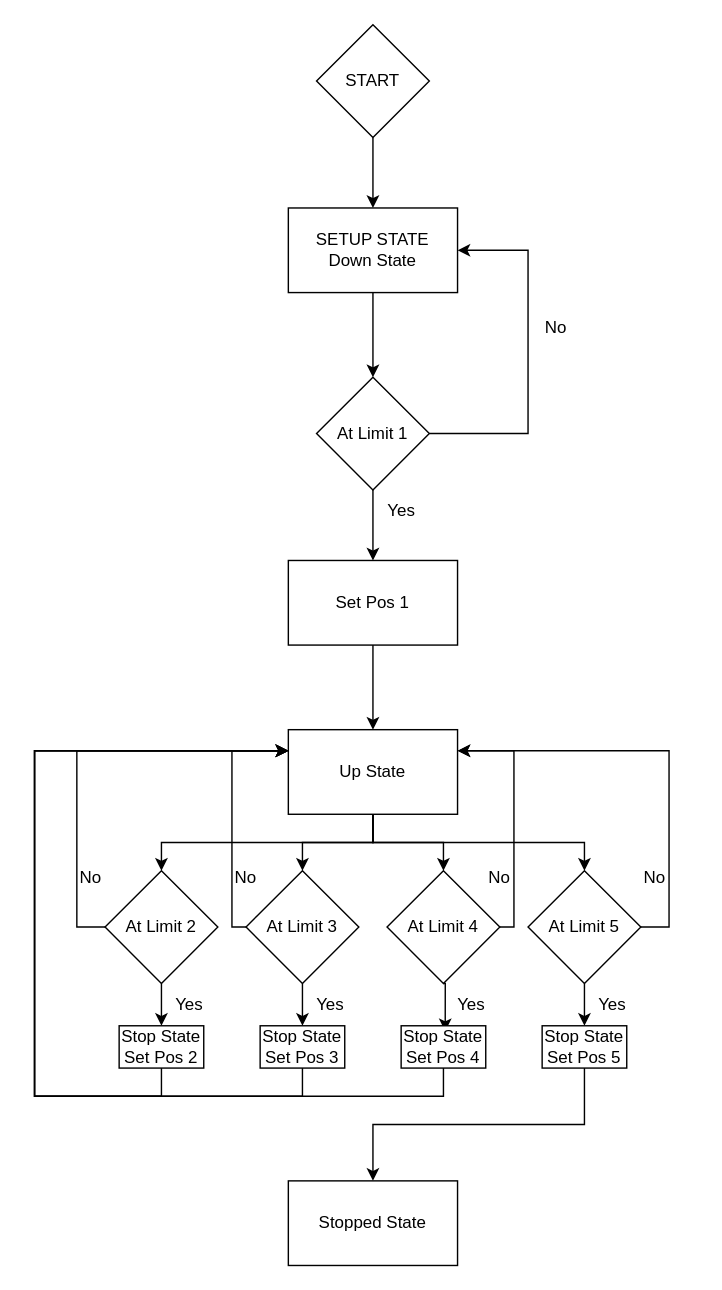
Earlier version of the draw.io diagram Setup State.drawio (lkw56/Elevator). Source tidied: cells renumbered, new cells numbered last; positions are measured from the earlier drawing's top-left corner, leaving out a move shared by most shapes. Both pictures are drawn from the tidied source at 141%, with x=0, y=0 at pixel (34, 24).
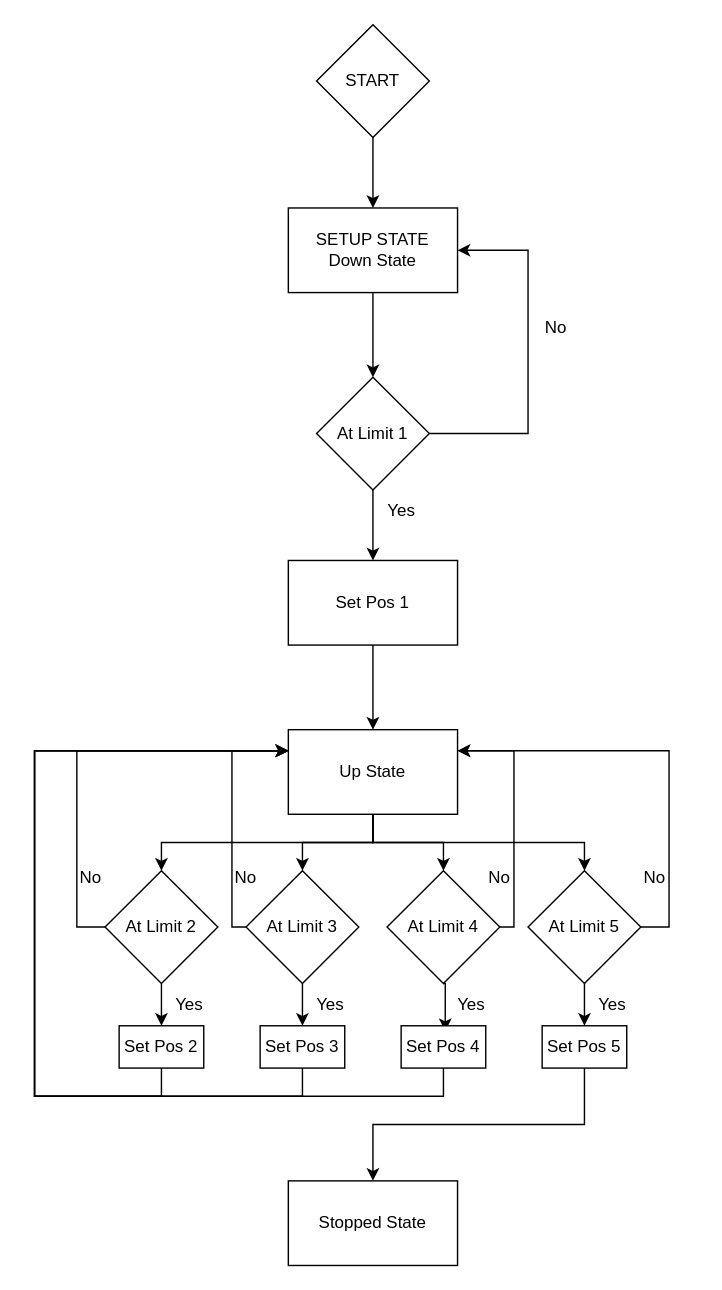
After the change.

Change to the diagram source:
```diff
@@
-    <mxCell id="29" value="Stop State&lt;br&gt;&lt;div&gt;Set Pos 2&lt;/div&gt;" style="rounded=0;whiteSpace=wrap;html=1;" parent="1" vertex="1">
+    <mxCell id="29" value="Set Pos 2" style="rounded=0;whiteSpace=wrap;html=1;" parent="1" vertex="1">
       <mxGeometry x="60" y="710" width="60" height="30" as="geometry" />
     </mxCell>
@@
-    <mxCell id="31" value="&lt;div&gt;Stop State&lt;br&gt;&lt;/div&gt;&lt;div&gt;Set Pos 3&lt;/div&gt;" style="rounded=0;whiteSpace=wrap;html=1;" parent="1" vertex="1">
+    <mxCell id="31" value="&lt;div&gt;Set Pos 3&lt;/div&gt;" style="rounded=0;whiteSpace=wrap;html=1;" parent="1" vertex="1">
       <mxGeometry x="160" y="710" width="60" height="30" as="geometry" />
     </mxCell>
@@
-    <mxCell id="33" value="&lt;div&gt;Stop State&lt;br&gt;&lt;/div&gt;&lt;div&gt;Set Pos 4&lt;/div&gt;" style="rounded=0;whiteSpace=wrap;html=1;" parent="1" vertex="1">
+    <mxCell id="33" value="&lt;div&gt;Set Pos 4&lt;/div&gt;" style="rounded=0;whiteSpace=wrap;html=1;" parent="1" vertex="1">
       <mxGeometry x="260" y="710" width="60" height="30" as="geometry" />
     </mxCell>
@@
-    <mxCell id="35" value="Stop State&lt;br&gt;&lt;div&gt;Set Pos 5&lt;/div&gt;" style="rounded=0;whiteSpace=wrap;html=1;" parent="1" vertex="1">
+    <mxCell id="35" value="Set Pos 5" style="rounded=0;whiteSpace=wrap;html=1;" parent="1" vertex="1">
       <mxGeometry x="360" y="710" width="60" height="30" as="geometry" />
     </mxCell>
```
